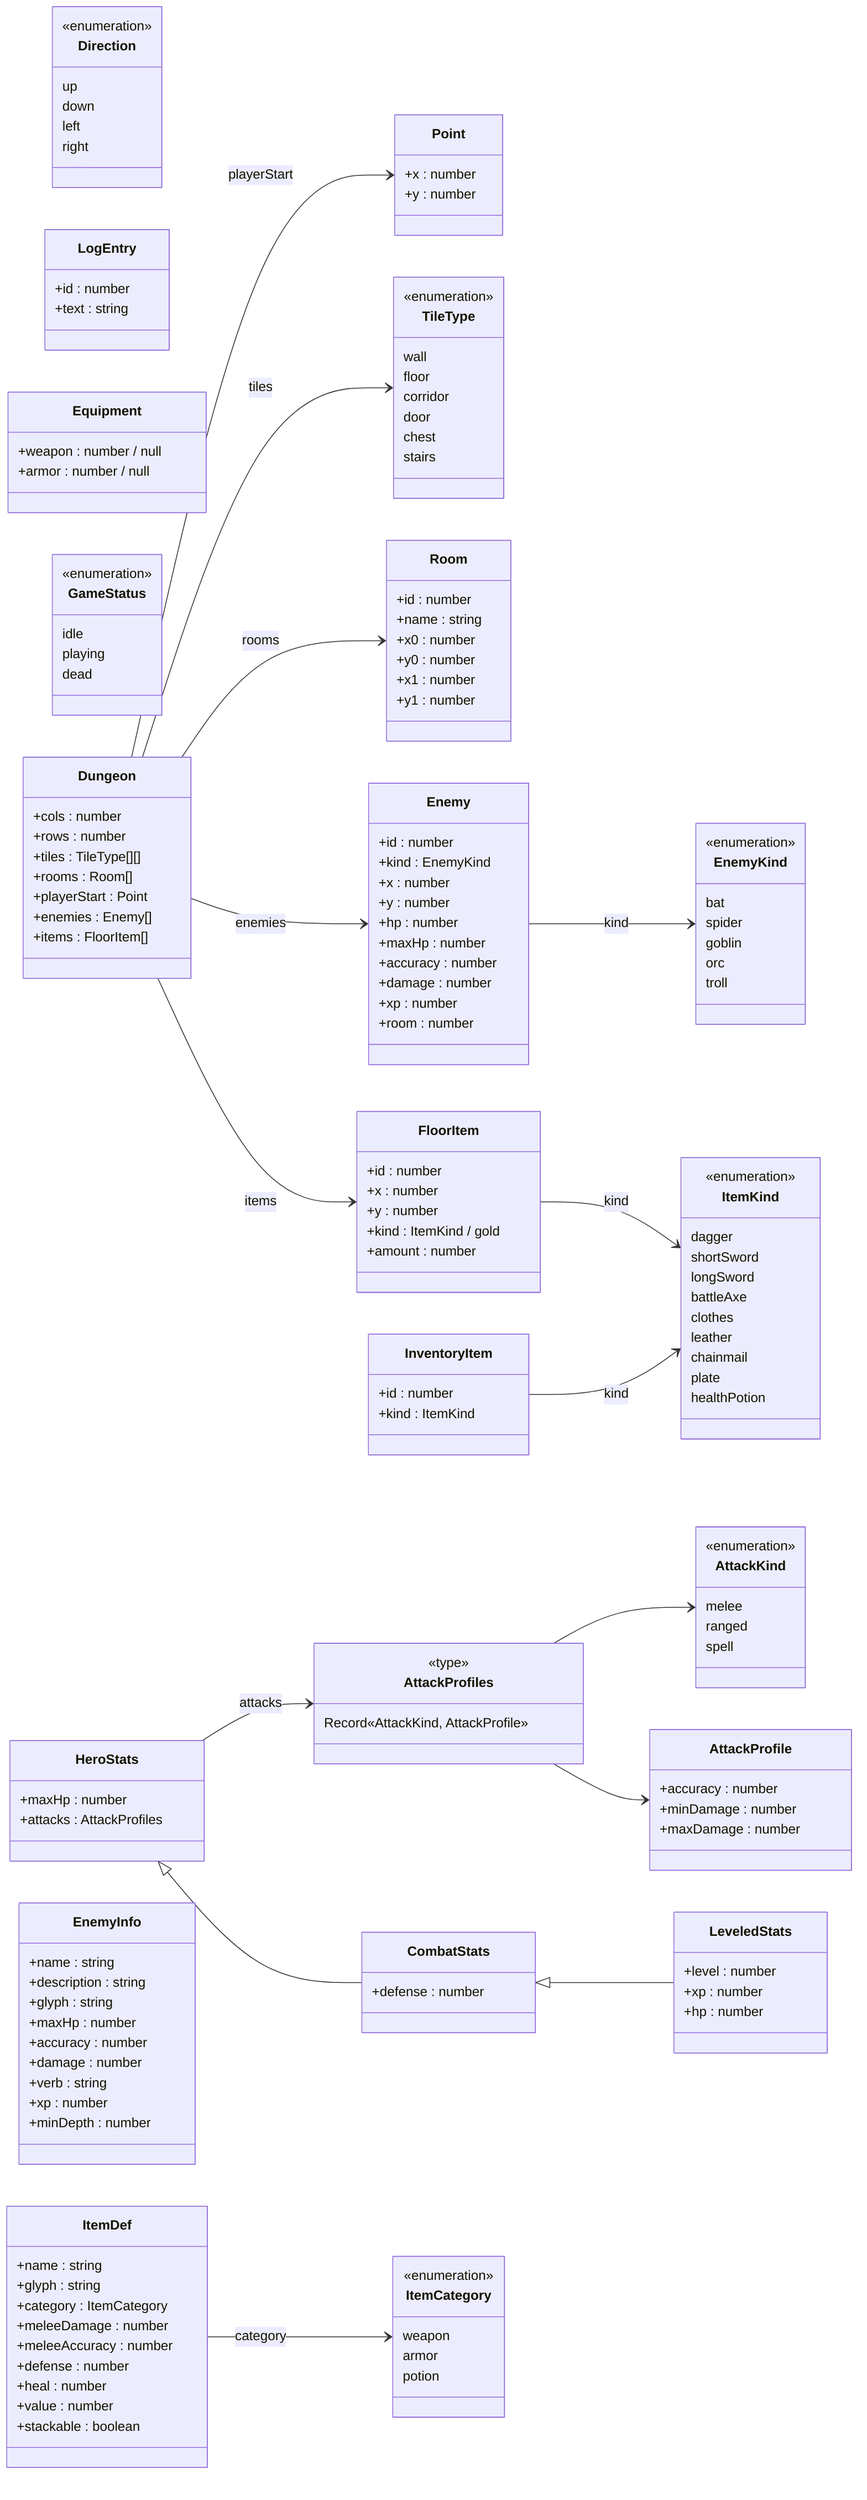
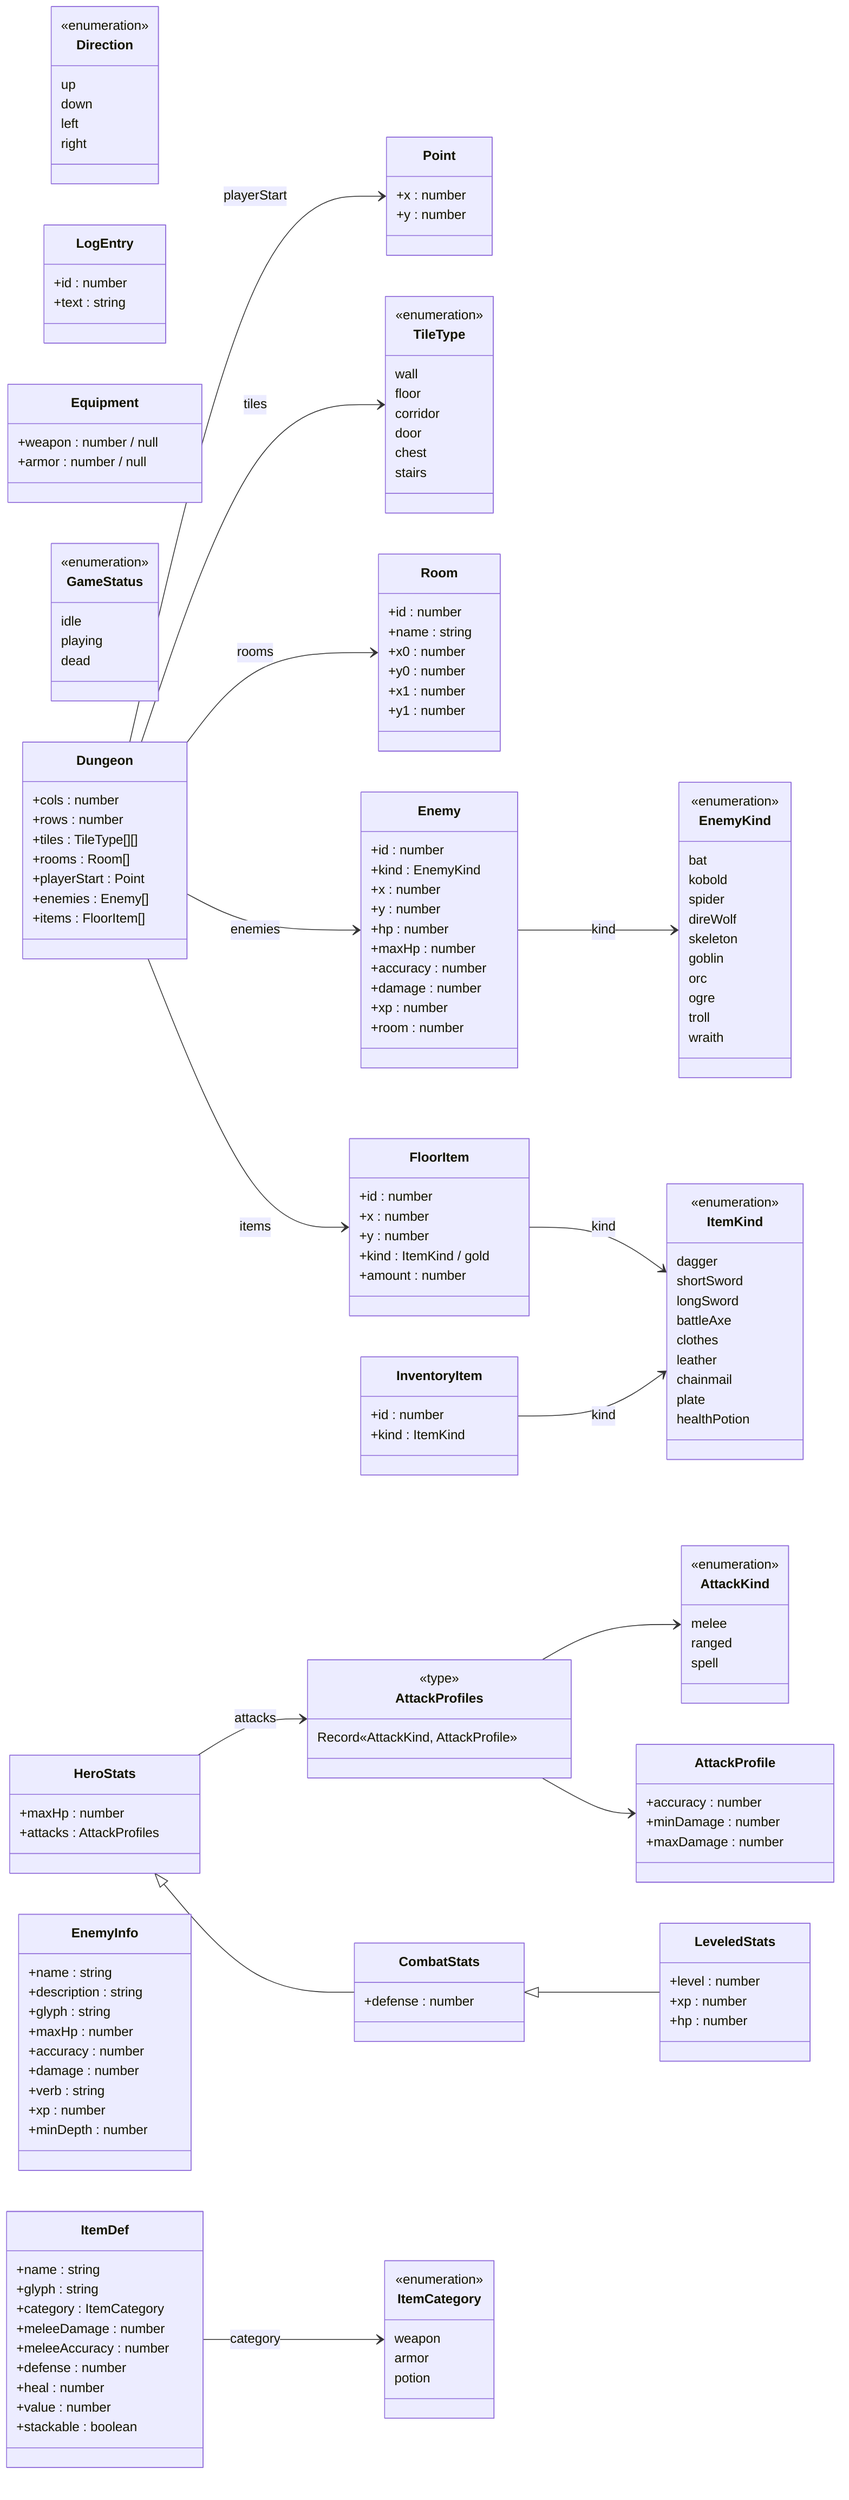
classDiagram
  direction LR
  class Point {
    +x : number
    +y : number
  }
  class Direction {
    <<enumeration>>
    up
    down
    left
    right
  }
  class TileType {
    <<enumeration>>
    wall
    floor
    corridor
    door
    chest
    stairs
  }
  class Room {
    +id : number
    +name : string
    +x0 : number
    +y0 : number
    +x1 : number
    +y1 : number
  }
  class LogEntry {
    +id : number
    +text : string
  }
  class InventoryItem {
    +id : number
    +kind : ItemKind
  }
  class FloorItem {
    +id : number
    +x : number
    +y : number
    +kind : ItemKind / gold
    +amount : number
  }
  class Equipment {
    +weapon : number / null
    +armor : number / null
  }
  class AttackKind {
    <<enumeration>>
    melee
    ranged
    spell
  }
  class AttackProfile {
    +accuracy : number
    +minDamage : number
    +maxDamage : number
  }
  class AttackProfiles {
    <<type>>
    Record«AttackKind, AttackProfile»
  }
  class Enemy {
    +id : number
    +kind : EnemyKind
    +x : number
    +y : number
    +hp : number
    +maxHp : number
    +accuracy : number
    +damage : number
    +xp : number
    +room : number
  }
  class GameStatus {
    <<enumeration>>
    idle
    playing
    dead
  }
  class HeroStats {
    +maxHp : number
    +attacks : AttackProfiles
  }
  class CombatStats {
    +defense : number
  }
  class LeveledStats {
    +level : number
    +xp : number
    +hp : number
  }
  class Dungeon {
    +cols : number
    +rows : number
    +tiles : TileType[][]
    +rooms : Room[]
    +playerStart : Point
    +enemies : Enemy[]
    +items : FloorItem[]
  }
  class EnemyKind {
    <<enumeration>>
    bat
+     kobold
    spider
+     direWolf
+     skeleton
    goblin
    orc
+     ogre
    troll
+     wraith
  }
  class EnemyInfo {
    +name : string
    +description : string
    +glyph : string
    +maxHp : number
    +accuracy : number
    +damage : number
    +verb : string
    +xp : number
    +minDepth : number
  }
  class ItemCategory {
    <<enumeration>>
    weapon
    armor
    potion
  }
  class ItemKind {
    <<enumeration>>
    dagger
    shortSword
    longSword
    battleAxe
    clothes
    leather
    chainmail
    plate
    healthPotion
  }
  class ItemDef {
    +name : string
    +glyph : string
    +category : ItemCategory
    +meleeDamage : number
    +meleeAccuracy : number
    +defense : number
    +heal : number
    +value : number
    +stackable : boolean
  }
  InventoryItem --> ItemKind : kind
  FloorItem --> ItemKind : kind
  AttackProfiles --> AttackKind
  AttackProfiles --> AttackProfile
  Enemy --> EnemyKind : kind
  HeroStats --> AttackProfiles : attacks
  HeroStats <|-- CombatStats
  CombatStats <|-- LeveledStats
  Dungeon --> TileType : tiles
  Dungeon --> Room : rooms
  Dungeon --> Point : playerStart
  Dungeon --> Enemy : enemies
  Dungeon --> FloorItem : items
  ItemDef --> ItemCategory : category
